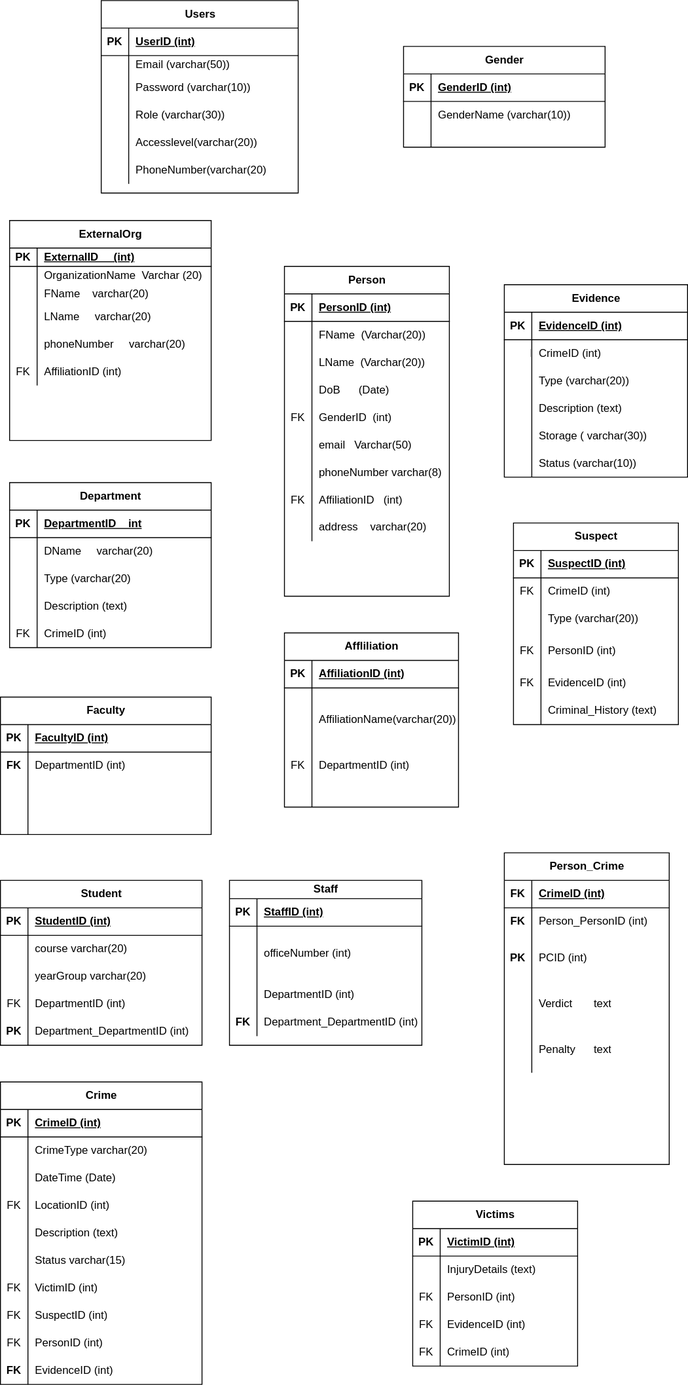
This is Untitled Diagram.drawio.svg from Priscile2/Diagrams, a draw.io export, as it was before one commit. Source tidied: cells renumbered, new cells last; positions are measured from the earlier drawing's top-left corner, leaving out a move shared by most shapes.
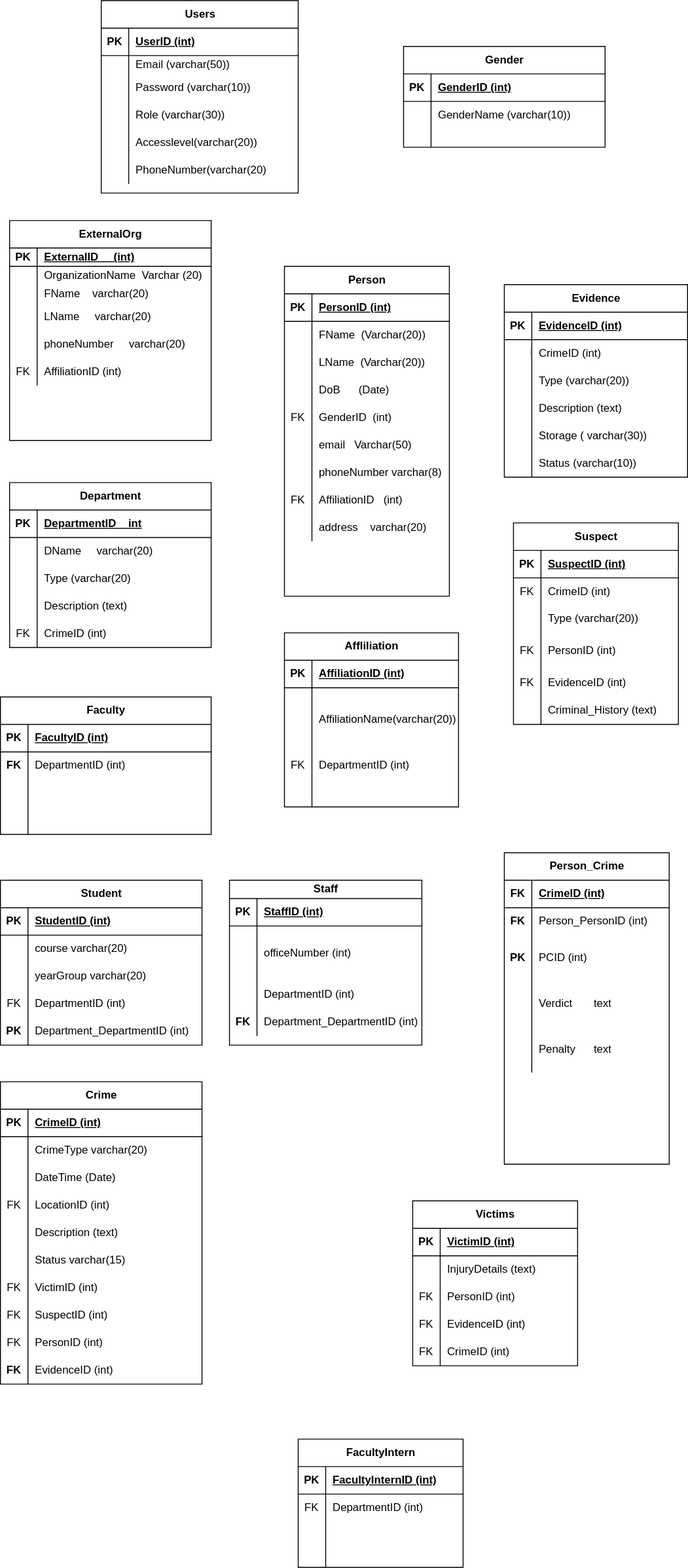
Later version of the same file.

Change to the diagram source:
```diff
@@ -746,5 +746,44 @@
     <mxCell id="249" style="shape=partialRectangle;fillColor=none;top=0;left=0;bottom=0;right=0;align=left;spacingLeft=6;overflow=hidden;whiteSpace=wrap;html=1;" parent="247" vertex="1">
       <mxGeometry x="30" width="190" height="20" as="geometry" />
     </mxCell>
+    <mxCell id="250" value="FacultyIntern" style="shape=table;startSize=30;rowLines=0;fontStyle=1;align=center;html=1;" parent="1" vertex="1">
+      <mxGeometry x="325" y="1570" width="180" height="140" as="geometry" />
+    </mxCell>
+    <mxCell id="251" style="shape=tableRow;horizontal=0;startSize=0;swimlaneHead=0;swimlaneBody=0;fillColor=none;top=0;left=0;right=0;bottom=1;" parent="250" vertex="1">
+      <mxGeometry y="30" width="180" height="30" as="geometry" />
+    </mxCell>
+    <mxCell id="252" value="PK" style="shape=partialRectangle;fillColor=none;top=0;left=0;bottom=0;right=0;fontStyle=1;overflow=hidden;whiteSpace=wrap;html=1;" parent="251" vertex="1">
+      <mxGeometry width="30" height="30" as="geometry" />
+    </mxCell>
+    <mxCell id="253" value="FacultyInternID (int)" style="shape=partialRectangle;fillColor=none;top=0;left=0;bottom=0;right=0;align=left;spacingLeft=6;fontStyle=5;overflow=hidden;whiteSpace=wrap;html=1;" parent="251" vertex="1">
+      <mxGeometry x="30" width="150" height="30" as="geometry" />
+    </mxCell>
+    <mxCell id="254" style="shape=tableRow;horizontal=0;startSize=0;swimlaneHead=0;swimlaneBody=0;fillColor=none;top=0;left=0;right=0;bottom=0;" parent="250" vertex="1">
+      <mxGeometry y="60" width="180" height="30" as="geometry" />
+    </mxCell>
+    <mxCell id="255" value="FK" style="shape=partialRectangle;fillColor=none;top=0;left=0;bottom=0;right=0;overflow=hidden;whiteSpace=wrap;html=1;" parent="254" vertex="1">
+      <mxGeometry width="30" height="30" as="geometry" />
+    </mxCell>
+    <mxCell id="256" value="DepartmentID (int)" style="shape=partialRectangle;fillColor=none;top=0;left=0;bottom=0;right=0;align=left;spacingLeft=6;overflow=hidden;whiteSpace=wrap;html=1;" parent="254" vertex="1">
+      <mxGeometry x="30" width="150" height="30" as="geometry" />
+    </mxCell>
+    <mxCell id="257" style="shape=tableRow;horizontal=0;startSize=0;swimlaneHead=0;swimlaneBody=0;fillColor=none;top=0;left=0;right=0;bottom=0;" parent="250" vertex="1">
+      <mxGeometry y="90" width="180" height="30" as="geometry" />
+    </mxCell>
+    <mxCell id="258" style="shape=partialRectangle;fillColor=none;top=0;left=0;bottom=0;right=0;overflow=hidden;whiteSpace=wrap;html=1;" parent="257" vertex="1">
+      <mxGeometry width="30" height="30" as="geometry" />
+    </mxCell>
+    <mxCell id="259" style="shape=partialRectangle;fillColor=none;top=0;left=0;bottom=0;right=0;align=left;spacingLeft=6;overflow=hidden;whiteSpace=wrap;html=1;" parent="257" vertex="1">
+      <mxGeometry x="30" width="150" height="30" as="geometry" />
+    </mxCell>
+    <mxCell id="260" style="shape=tableRow;horizontal=0;startSize=0;swimlaneHead=0;swimlaneBody=0;fillColor=none;top=0;left=0;right=0;bottom=0;" parent="250" vertex="1">
+      <mxGeometry y="120" width="180" height="20" as="geometry" />
+    </mxCell>
+    <mxCell id="261" style="shape=partialRectangle;fillColor=none;top=0;left=0;bottom=0;right=0;overflow=hidden;whiteSpace=wrap;html=1;" parent="260" vertex="1">
+      <mxGeometry width="30" height="20" as="geometry" />
+    </mxCell>
+    <mxCell id="262" style="shape=partialRectangle;fillColor=none;top=0;left=0;bottom=0;right=0;align=left;spacingLeft=6;overflow=hidden;whiteSpace=wrap;html=1;" parent="260" vertex="1">
+      <mxGeometry x="30" width="150" height="20" as="geometry" />
+    </mxCell>
   </root>
 </mxGraphModel>
```
